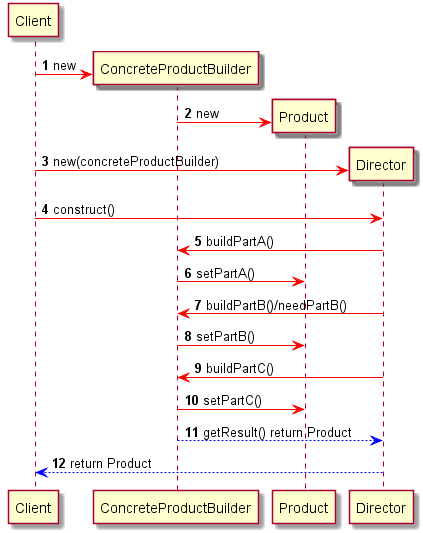
Above: src/me/ronggenliu/dp/creation/builder/sequence.png in ronggenliu/DesignPattern (PlantUML), before the change. Its diagram source:
```plantuml
@startuml
participant Client
autonumber
create ConcreteProductBuilder
Client -[#red]> ConcreteProductBuilder:new
create Product
ConcreteProductBuilder -[#red]> Product: new
create Director
Client -[#red]> Director: new(concreteProductBuilder)
Client -[#red]> Director: construct()
Director -[#red]> ConcreteProductBuilder: buildPartA()
ConcreteProductBuilder -[#red]> Product: setPartA()
Director -[#red]> ConcreteProductBuilder: buildPartB()/needPartB()
ConcreteProductBuilder -[#red]> Product: setPartB()
Director -[#red]> ConcreteProductBuilder: buildPartC()
ConcreteProductBuilder -[#red]> Product: setPartC()
Director <[#blue]-- ConcreteProductBuilder: getResult() return Product
Client <[#blue]-- Director: return Product

@enduml
```
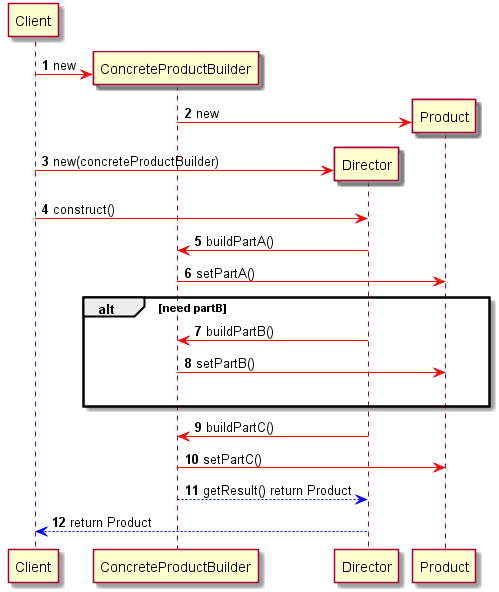
The same file after the commit.

Commit message:
add class diagram.

Diff of the diagram source:
```diff
@@ -3,6 +3,7 @@
 autonumber
 create ConcreteProductBuilder
 Client -[#red]> ConcreteProductBuilder:new
+participant Director
 create Product
 ConcreteProductBuilder -[#red]> Product: new
 create Director
@@ -10,8 +11,11 @@
 Client -[#red]> Director: construct()
 Director -[#red]> ConcreteProductBuilder: buildPartA()
 ConcreteProductBuilder -[#red]> Product: setPartA()
-Director -[#red]> ConcreteProductBuilder: buildPartB()/needPartB()
+alt need partB
+Director -[#red]> ConcreteProductBuilder: buildPartB()
 ConcreteProductBuilder -[#red]> Product: setPartB()
+|||
+end
 Director -[#red]> ConcreteProductBuilder: buildPartC()
 ConcreteProductBuilder -[#red]> Product: setPartC()
 Director <[#blue]-- ConcreteProductBuilder: getResult() return Product
```
